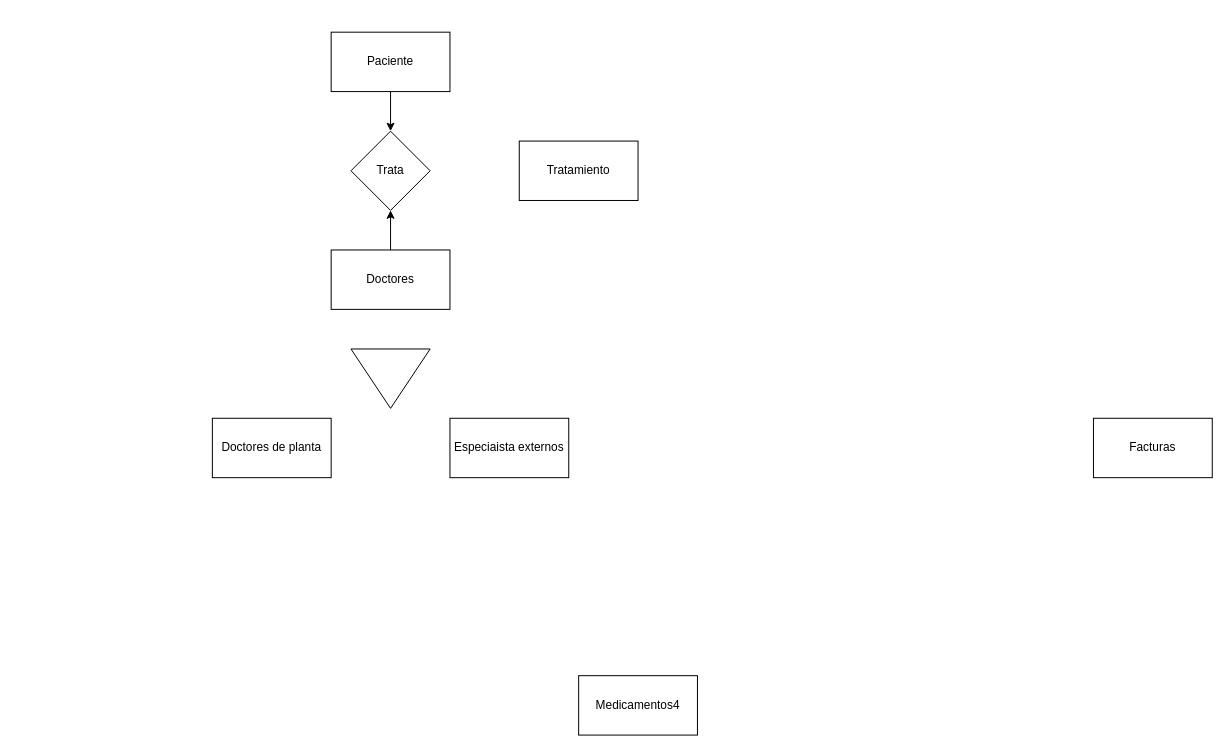
Above: Base Datos/PT0.drawio in Gotrufo-Eloy/Proyectos (draw.io), before the change. Source tidied: cells renumbered, new cells numbered last; positions are measured from the earlier drawing's top-left corner, leaving out a move shared by most shapes. Both pictures are drawn from the tidied source at 99%, with x=0, y=0 at pixel (212, 32).
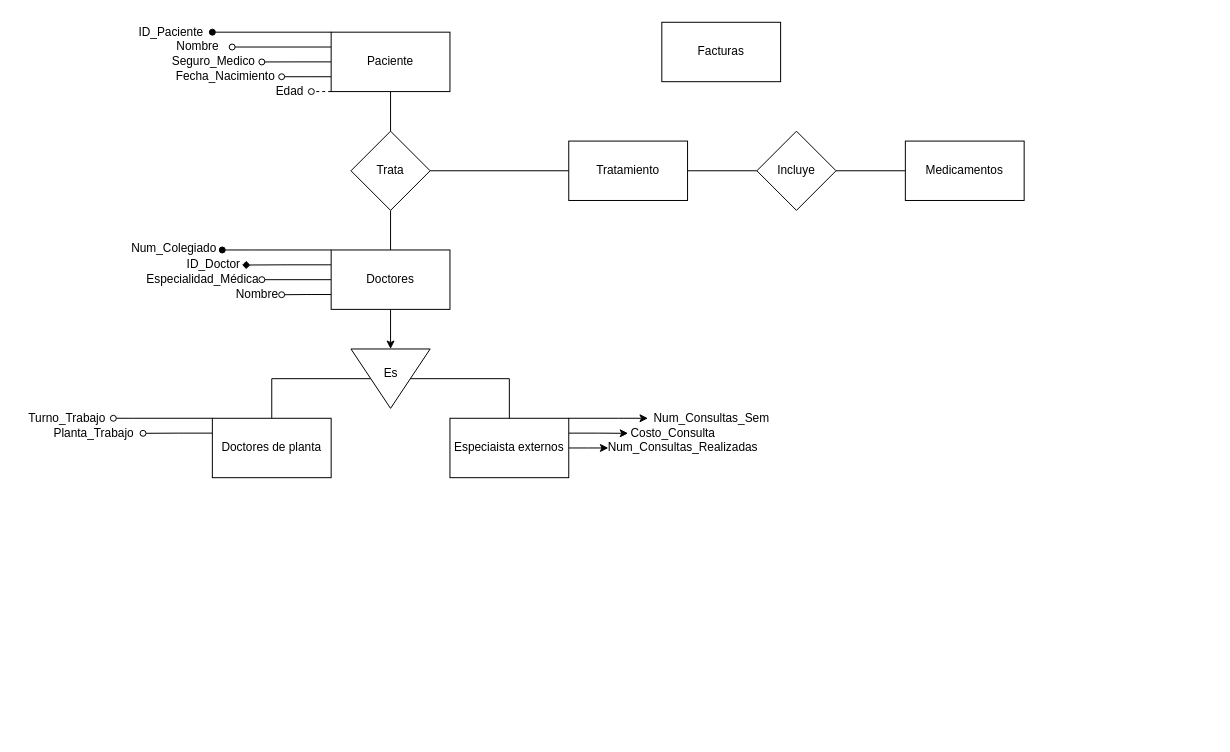
The same diagram, later.

Unchanged cells that the change refers to:
```xml
<mxCell id="3" value="Paciente" style="rounded=0;whiteSpace=wrap;html=1;" parent="1" vertex="1">
  <mxGeometry x="120" width="120" height="60" as="geometry" />
</mxCell>
<mxCell id="5" value="Doctores" style="rounded=0;whiteSpace=wrap;html=1;" parent="1" vertex="1">
  <mxGeometry x="120" y="220" width="120" height="60" as="geometry" />
</mxCell>
<mxCell id="6" value="Doctores de planta" style="rounded=0;whiteSpace=wrap;html=1;" parent="1" vertex="1">
  <mxGeometry y="390" width="120" height="60" as="geometry" />
</mxCell>
<mxCell id="7" value="Especiaista externos" style="rounded=0;whiteSpace=wrap;html=1;" parent="1" vertex="1">
  <mxGeometry x="240" y="390" width="120" height="60" as="geometry" />
</mxCell>
<mxCell id="11" value="Trata" style="rhombus;whiteSpace=wrap;html=1;rounded=0;" parent="1" vertex="1">
  <mxGeometry x="140" y="100" width="80" height="80" as="geometry" />
</mxCell>
<mxCell id="12" style="triangle;whiteSpace=wrap;html=1;rotation=90;" parent="1" vertex="1">
  <mxGeometry x="150" y="310" width="60" height="80" as="geometry" />
</mxCell>
```

What changed in the source:
```diff
@@
-    <mxCell id="2" style="edgeStyle=orthogonalEdgeStyle;rounded=0;jettySize=auto;html=1;" parent="1" edge="1" source="3" target="11">
+    <mxCell id="2" style="edgeStyle=orthogonalEdgeStyle;rounded=0;jettySize=auto;html=1;endArrow=none;endFill=0;" parent="1" edge="1" source="3" target="11">
       <mxGeometry relative="1" as="geometry" />
     </mxCell>
+    <mxCell id="13" style="edgeStyle=orthogonalEdgeStyle;rounded=0;jettySize=auto;html=1;exitX=0;exitY=0;exitDx=0;exitDy=0;endArrow=oval;endFill=1;" parent="1" edge="1" source="3">
+      <mxGeometry relative="1" as="geometry">
+        <mxPoint as="targetPoint" />
+        <Array as="points">
+          <mxPoint x="30" />
+          <mxPoint x="30" />
+        </Array>
+      </mxGeometry>
+    </mxCell>
+    <mxCell id="14" style="edgeStyle=orthogonalEdgeStyle;rounded=0;jettySize=auto;html=1;exitX=0;exitY=0.25;exitDx=0;exitDy=0;endArrow=oval;endFill=0;" parent="1" edge="1" source="3">
+      <mxGeometry relative="1" as="geometry">
+        <mxPoint x="20" y="15" as="targetPoint" />
+      </mxGeometry>
+    </mxCell>
+    <mxCell id="15" style="edgeStyle=orthogonalEdgeStyle;rounded=0;jettySize=auto;html=1;exitX=0;exitY=0.5;exitDx=0;exitDy=0;endArrow=oval;endFill=0;" parent="1" edge="1" source="3">
+      <mxGeometry relative="1" as="geometry">
+        <mxPoint x="50" y="30.1" as="targetPoint" />
+      </mxGeometry>
+    </mxCell>
+    <mxCell id="16" style="edgeStyle=orthogonalEdgeStyle;rounded=0;jettySize=auto;html=1;exitX=0;exitY=0.75;exitDx=0;exitDy=0;endArrow=oval;endFill=0;" parent="1" edge="1" source="3">
+      <mxGeometry relative="1" as="geometry">
+        <mxPoint x="70" y="45" as="targetPoint" />
+      </mxGeometry>
+    </mxCell>
+    <mxCell id="17" style="edgeStyle=orthogonalEdgeStyle;rounded=0;jettySize=auto;html=1;exitX=0;exitY=1;exitDx=0;exitDy=0;endArrow=oval;endFill=0;dashed=1;" parent="1" edge="1" source="3">
+      <mxGeometry relative="1" as="geometry">
+        <mxPoint x="100" y="60" as="targetPoint" />
+      </mxGeometry>
+    </mxCell>
@@
-    <mxCell id="4" style="edgeStyle=orthogonalEdgeStyle;rounded=0;jettySize=auto;html=1;" parent="1" edge="1" source="5" target="11">
+    <mxCell id="4" style="edgeStyle=orthogonalEdgeStyle;rounded=0;jettySize=auto;html=1;endArrow=none;endFill=0;" parent="1" edge="1" source="5" target="11">
       <mxGeometry relative="1" as="geometry" />
     </mxCell>
+    <mxCell id="18" style="edgeStyle=orthogonalEdgeStyle;rounded=0;jettySize=auto;html=1;" parent="1" edge="1" source="5" target="12">
+      <mxGeometry relative="1" as="geometry" />
+    </mxCell>
+    <mxCell id="19" style="edgeStyle=orthogonalEdgeStyle;rounded=0;jettySize=auto;html=1;exitX=0;exitY=0;exitDx=0;exitDy=0;endArrow=oval;endFill=1;" parent="1" edge="1" source="5">
+      <mxGeometry relative="1" as="geometry">
+        <mxPoint x="10" y="220" as="targetPoint" />
+        <Array as="points">
+          <mxPoint x="40" y="220" />
+          <mxPoint x="40" y="220" />
+        </Array>
+      </mxGeometry>
+    </mxCell>
+    <mxCell id="20" style="edgeStyle=orthogonalEdgeStyle;rounded=0;jettySize=auto;html=1;exitX=0;exitY=0.25;exitDx=0;exitDy=0;endArrow=diamond;endFill=1;" parent="1" edge="1" source="5">
+      <mxGeometry relative="1" as="geometry">
+        <mxPoint x="30" y="235.2" as="targetPoint" />
+      </mxGeometry>
+    </mxCell>
+    <mxCell id="21" style="edgeStyle=orthogonalEdgeStyle;rounded=0;jettySize=auto;html=1;exitX=0;exitY=0.5;exitDx=0;exitDy=0;endArrow=oval;endFill=0;" parent="1" edge="1" source="5">
+      <mxGeometry relative="1" as="geometry">
+        <mxPoint x="50" y="250" as="targetPoint" />
+      </mxGeometry>
+    </mxCell>
+    <mxCell id="22" style="edgeStyle=orthogonalEdgeStyle;rounded=0;jettySize=auto;html=1;exitX=0;exitY=0.75;exitDx=0;exitDy=0;endArrow=oval;endFill=0;" parent="1" edge="1" source="5">
+      <mxGeometry relative="1" as="geometry">
+        <mxPoint x="70" y="265.2" as="targetPoint" />
+      </mxGeometry>
+    </mxCell>
@@
+    <mxCell id="23" style="edgeStyle=orthogonalEdgeStyle;rounded=0;jettySize=auto;html=1;exitX=0;exitY=0;exitDx=0;exitDy=0;endArrow=oval;endFill=0;" parent="1" edge="1" source="6">
+      <mxGeometry relative="1" as="geometry">
+        <mxPoint x="-100" y="390" as="targetPoint" />
+        <Array as="points">
+          <mxPoint x="-80" y="390" />
+          <mxPoint x="-80" y="390" />
+        </Array>
+      </mxGeometry>
+    </mxCell>
+    <mxCell id="24" style="edgeStyle=orthogonalEdgeStyle;rounded=0;jettySize=auto;html=1;exitX=0;exitY=0.25;exitDx=0;exitDy=0;endArrow=oval;endFill=0;" parent="1" edge="1" source="6">
+      <mxGeometry relative="1" as="geometry">
+        <mxPoint x="-70" y="405.2" as="targetPoint" />
+      </mxGeometry>
+    </mxCell>
@@
+    <mxCell id="25" style="edgeStyle=orthogonalEdgeStyle;rounded=0;jettySize=auto;html=1;exitX=1;exitY=0;exitDx=0;exitDy=0;" parent="1" edge="1" source="7">
+      <mxGeometry relative="1" as="geometry">
+        <mxPoint x="440" y="390" as="targetPoint" />
+        <Array as="points">
+          <mxPoint x="410" y="390" />
+          <mxPoint x="410" y="390" />
+        </Array>
+      </mxGeometry>
+    </mxCell>
+    <mxCell id="26" style="edgeStyle=orthogonalEdgeStyle;rounded=0;jettySize=auto;html=1;exitX=1;exitY=0.25;exitDx=0;exitDy=0;" parent="1" edge="1" source="7">
+      <mxGeometry relative="1" as="geometry">
+        <mxPoint x="420" y="405.2" as="targetPoint" />
+      </mxGeometry>
+    </mxCell>
+    <mxCell id="27" style="edgeStyle=orthogonalEdgeStyle;rounded=0;jettySize=auto;html=1;exitX=1;exitY=0.5;exitDx=0;exitDy=0;" parent="1" edge="1" source="7">
+      <mxGeometry relative="1" as="geometry">
+        <mxPoint x="400" y="420" as="targetPoint" />
+      </mxGeometry>
+    </mxCell>
@@
+    <mxCell id="28" style="edgeStyle=orthogonalEdgeStyle;rounded=0;jettySize=auto;html=1;entryX=1;entryY=0.5;entryDx=0;entryDy=0;endArrow=none;endFill=0;" parent="1" edge="1" source="8" target="11">
+      <mxGeometry relative="1" as="geometry" />
+    </mxCell>
     <mxCell id="8" value="Tratamiento" style="rounded=0;whiteSpace=wrap;html=1;" parent="1" vertex="1">
-      <mxGeometry x="310" y="110" width="120" height="60" as="geometry" />
+      <mxGeometry x="360" y="110" width="120" height="60" as="geometry" />
     </mxCell>
+    <mxCell id="29" style="edgeStyle=orthogonalEdgeStyle;rounded=0;jettySize=auto;html=1;endArrow=none;endFill=0;" parent="1" edge="1" source="9" target="33">
+      <mxGeometry relative="1" as="geometry" />
+    </mxCell>
-    <mxCell id="9" value="Medicamentos4" style="rounded=0;whiteSpace=wrap;html=1;" parent="1" vertex="1">
-      <mxGeometry x="370" y="650" width="120" height="60" as="geometry" />
+    <mxCell id="9" value="Medicamentos" style="rounded=0;whiteSpace=wrap;html=1;" parent="1" vertex="1">
+      <mxGeometry x="700" y="110" width="120" height="60" as="geometry" />
     </mxCell>
     <mxCell id="10" value="Facturas" style="rounded=0;whiteSpace=wrap;html=1;" parent="1" vertex="1">
-      <mxGeometry x="890" y="390" width="120" height="60" as="geometry" />
+      <mxGeometry x="454" y="-10" width="120" height="60" as="geometry" />
     </mxCell>
@@
+    <mxCell id="30" style="edgeStyle=orthogonalEdgeStyle;rounded=0;jettySize=auto;html=1;exitX=0.5;exitY=1;exitDx=0;exitDy=0;entryX=0.5;entryY=0;entryDx=0;entryDy=0;endArrow=none;endFill=0;" parent="1" edge="1" source="12" target="6">
+      <mxGeometry relative="1" as="geometry" />
+    </mxCell>
+    <mxCell id="31" style="edgeStyle=orthogonalEdgeStyle;rounded=0;jettySize=auto;html=1;exitX=0.5;exitY=0;exitDx=0;exitDy=0;entryX=0.5;entryY=0;entryDx=0;entryDy=0;endArrow=none;endFill=0;" parent="1" edge="1" source="12" target="7">
+      <mxGeometry relative="1" as="geometry" />
+    </mxCell>
@@
+    <mxCell id="32" style="edgeStyle=orthogonalEdgeStyle;rounded=0;jettySize=auto;html=1;endArrow=none;endFill=0;" parent="1" edge="1" source="33" target="8">
+      <mxGeometry relative="1" as="geometry" />
+    </mxCell>
+    <mxCell id="33" value="Incluye" style="rhombus;whiteSpace=wrap;html=1;rounded=0;" parent="1" vertex="1">
+      <mxGeometry x="550" y="100" width="80" height="80" as="geometry" />
+    </mxCell>
+    <mxCell id="34" value="Es" style="text;html=1;align=center;verticalAlign=middle;strokeColor=none;fillColor=none;" parent="1" vertex="1">
+      <mxGeometry x="160" y="330" width="40" height="30" as="geometry" />
+    </mxCell>
+    <mxCell id="35" value="ID_Paciente" style="text;html=1;align=center;verticalAlign=middle;strokeColor=none;fillColor=none;" parent="1" vertex="1">
+      <mxGeometry x="-87" y="-15" width="90" height="30" as="geometry" />
+    </mxCell>
+    <mxCell id="36" value="Nombre" style="text;html=1;align=center;verticalAlign=middle;strokeColor=none;fillColor=none;" parent="1" vertex="1">
+      <mxGeometry x="-50" width="70" height="30" as="geometry" />
+    </mxCell>
+    <mxCell id="37" value="Fecha_Nacimiento" style="text;html=1;align=center;verticalAlign=middle;strokeColor=none;fillColor=none;" parent="1" vertex="1">
+      <mxGeometry x="-47" y="30" width="120" height="30" as="geometry" />
+    </mxCell>
+    <mxCell id="38" value="Edad" style="text;html=1;align=center;verticalAlign=middle;strokeColor=none;fillColor=none;" parent="1" vertex="1">
+      <mxGeometry x="53" y="45" width="50" height="30" as="geometry" />
+    </mxCell>
+    <mxCell id="39" value="Seguro_Medico" style="text;html=1;align=center;verticalAlign=middle;strokeColor=none;fillColor=none;" parent="1" vertex="1">
+      <mxGeometry x="-54" y="15" width="110" height="30" as="geometry" />
+    </mxCell>
+    <mxCell id="40" value="Num_Colegiado" style="text;html=1;align=center;verticalAlign=middle;strokeColor=none;fillColor=none;" parent="1" vertex="1">
+      <mxGeometry x="-94" y="204" width="110" height="30" as="geometry" />
+    </mxCell>
+    <mxCell id="41" value="Especialidad_Médica" style="text;html=1;align=center;verticalAlign=middle;strokeColor=none;fillColor=none;" parent="1" vertex="1">
+      <mxGeometry x="-80" y="235" width="140" height="30" as="geometry" />
+    </mxCell>
+    <mxCell id="42" value="ID_Doctor" style="text;html=1;align=center;verticalAlign=middle;strokeColor=none;fillColor=none;" parent="1" vertex="1">
+      <mxGeometry x="-39" y="220" width="80" height="30" as="geometry" />
+    </mxCell>
+    <mxCell id="43" value="Nombre" style="text;html=1;align=center;verticalAlign=middle;strokeColor=none;fillColor=none;" parent="1" vertex="1">
+      <mxGeometry x="10" y="250" width="70" height="30" as="geometry" />
+    </mxCell>
+    <mxCell id="44" value="Turno_Trabajo" style="text;html=1;align=center;verticalAlign=middle;strokeColor=none;fillColor=none;" parent="1" vertex="1">
+      <mxGeometry x="-197" y="375" width="100" height="30" as="geometry" />
+    </mxCell>
+    <mxCell id="45" value="Planta_Trabajo" style="text;html=1;align=center;verticalAlign=middle;strokeColor=none;fillColor=none;" parent="1" vertex="1">
+      <mxGeometry x="-170" y="390" width="100" height="30" as="geometry" />
+    </mxCell>
+    <mxCell id="46" value="Num_Consultas_Sem" style="text;html=1;align=center;verticalAlign=middle;strokeColor=none;fillColor=none;" parent="1" vertex="1">
+      <mxGeometry x="434" y="375" width="140" height="30" as="geometry" />
+    </mxCell>
+    <mxCell id="47" value="Costo_Consulta" style="text;html=1;align=center;verticalAlign=middle;strokeColor=none;fillColor=none;" parent="1" vertex="1">
+      <mxGeometry x="410" y="390" width="110" height="30" as="geometry" />
+    </mxCell>
+    <mxCell id="48" value="Num_Consultas_Realizadas" style="text;html=1;align=center;verticalAlign=middle;strokeColor=none;fillColor=none;" parent="1" vertex="1">
+      <mxGeometry x="390" y="405" width="170" height="30" as="geometry" />
+    </mxCell>
```
